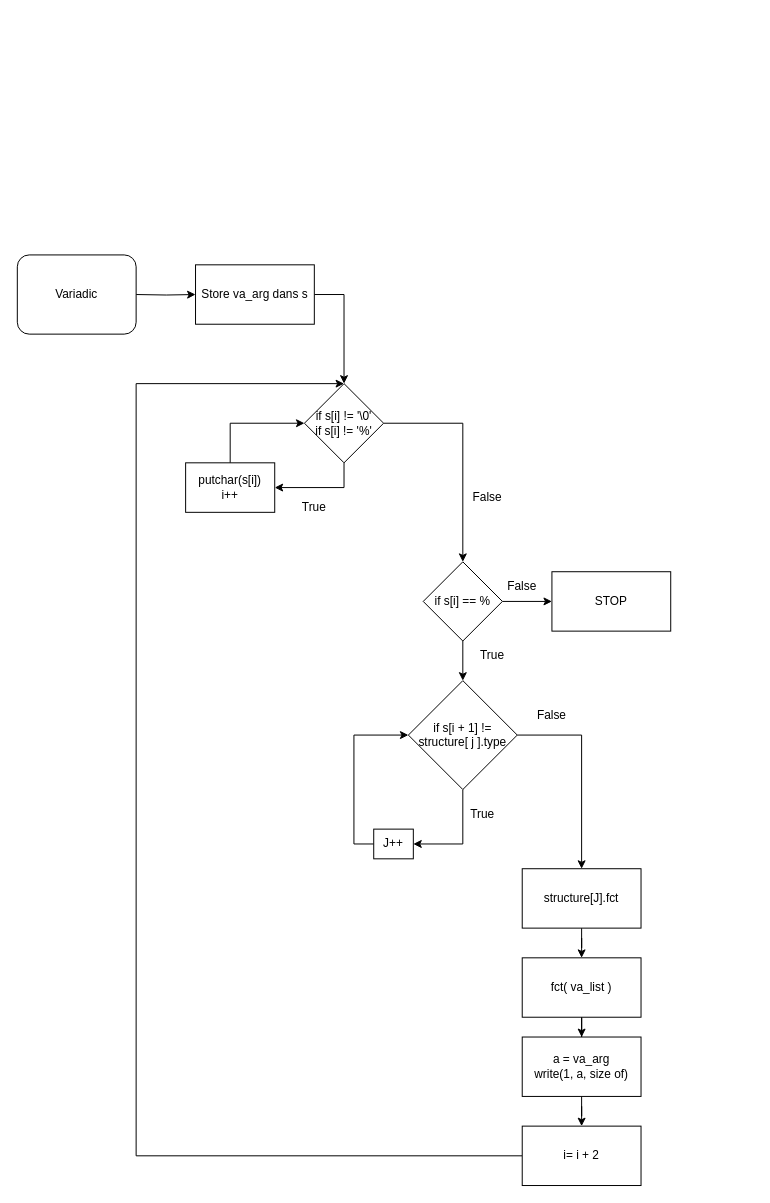
The draw.io diagram Flowchart Printf.drawio in Tulkiidra/holbertonschool-printf, before the edit. Source tidied: cells renumbered, new cells numbered last; positions are measured from the earlier drawing's top-left corner, leaving out a move shared by most shapes. Both pictures are drawn from the tidied source at 99%, with x=0, y=0 at pixel (17, 254).
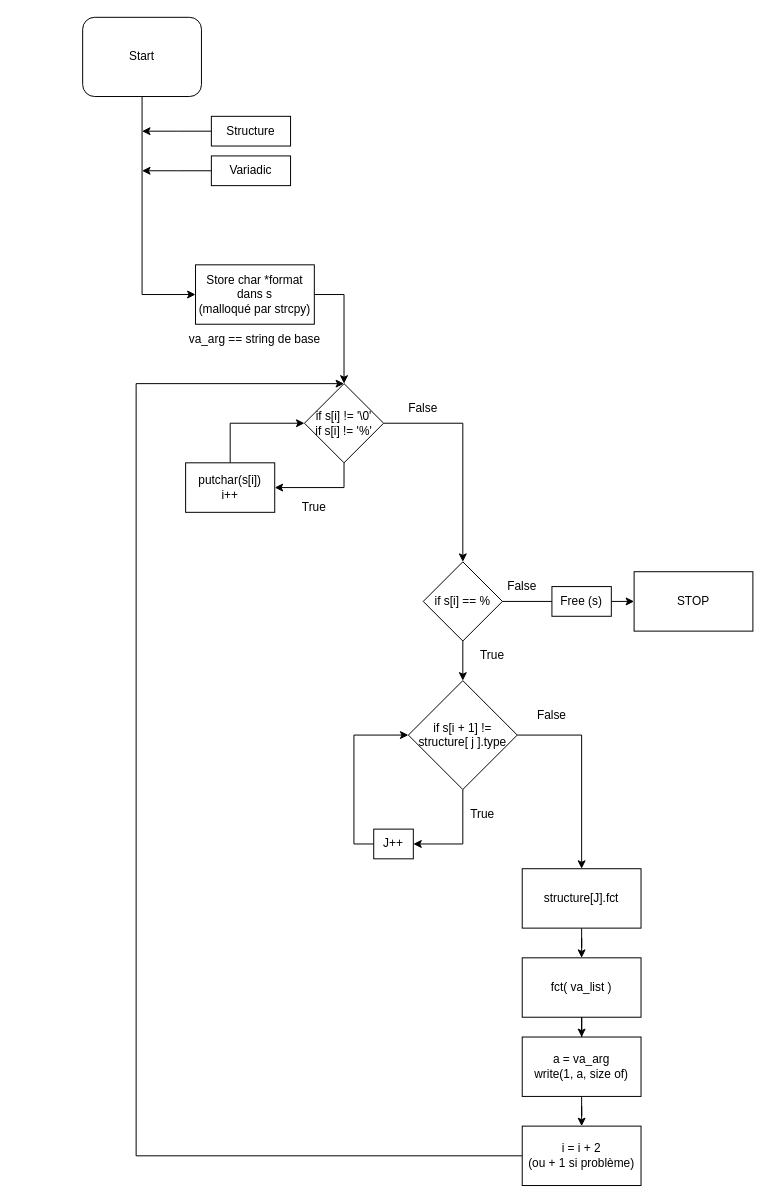
After the change.

Commit message (it also covers changes not shown here):
Mettre à jour Flowchart Printf.drawio

Unchanged cells that the change refers to:
```xml
<mxCell id="12" value="if s[i] == %" style="rhombus;whiteSpace=wrap;html=1;" parent="1" vertex="1">
  <mxGeometry x="410" y="310" width="80" height="80" as="geometry" />
</mxCell>
```

Diff of the diagram source:
```diff
@@
-    <mxCell id="2" style="edgeStyle=orthogonalEdgeStyle;rounded=0;jettySize=auto;html=1;exitX=1;exitY=0.5;exitDx=0;exitDy=0;entryX=0;entryY=0.5;entryDx=0;entryDy=0;" parent="1" edge="1" target="22">
-      <mxGeometry relative="1" as="geometry">
-        <mxPoint x="120" y="40" as="sourcePoint" />
-      </mxGeometry>
+    <mxCell id="2" style="edgeStyle=orthogonalEdgeStyle;rounded=0;jettySize=auto;html=1;exitX=0.5;exitY=1;exitDx=0;exitDy=0;entryX=0;entryY=0.5;entryDx=0;entryDy=0;" parent="1" edge="1" source="3" target="22">
+      <mxGeometry relative="1" as="geometry" />
     </mxCell>
-    <mxCell id="3" value="Variadic" style="rounded=1;whiteSpace=wrap;html=1;fontFamily=Helvetica;fontSize=12;fontColor=default;align=center;strokeColor=default;fillColor=default;" parent="1" vertex="1">
-      <mxGeometry width="120" height="80" as="geometry" />
+    <mxCell id="3" value="Start" style="rounded=1;whiteSpace=wrap;html=1;fontFamily=Helvetica;fontSize=12;fontColor=default;align=center;strokeColor=default;fillColor=default;" parent="1" vertex="1">
+      <mxGeometry x="66" y="-240" width="120" height="80" as="geometry" />
     </mxCell>
@@
-    <mxCell id="10" style="edgeStyle=orthogonalEdgeStyle;rounded=0;jettySize=auto;html=1;exitX=1;exitY=0.5;exitDx=0;exitDy=0;entryX=0;entryY=0.5;entryDx=0;entryDy=0;" parent="1" edge="1" source="12" target="13">
+    <mxCell id="10" style="edgeStyle=orthogonalEdgeStyle;rounded=0;jettySize=auto;html=1;exitX=1;exitY=0.5;exitDx=0;exitDy=0;entryX=0;entryY=0.5;entryDx=0;entryDy=0;startArrow=none;" parent="1" edge="1" source="40" target="13">
       <mxGeometry relative="1" as="geometry" />
     </mxCell>
@@
     <mxCell id="13" value="STOP" style="rounded=0;whiteSpace=wrap;html=1;" parent="1" vertex="1">
-      <mxGeometry x="540" y="320" width="120" height="60" as="geometry" />
+      <mxGeometry x="623" y="320" width="120" height="60" as="geometry" />
     </mxCell>
@@
-    <mxCell id="22" value="Store va_arg dans s" style="rounded=0;whiteSpace=wrap;html=1;" parent="1" vertex="1">
+    <mxCell id="22" value="Store char *format dans s&lt;br&gt;(malloqué par strcpy)" style="rounded=0;whiteSpace=wrap;html=1;" parent="1" vertex="1">
       <mxGeometry x="180" y="10" width="120" height="60" as="geometry" />
     </mxCell>
@@
-    <mxCell id="28" value="i= i + 2" style="rounded=0;whiteSpace=wrap;html=1;" parent="1" vertex="1">
+    <mxCell id="28" value="i = i + 2&lt;br&gt;(ou + 1 si problème)" style="rounded=0;whiteSpace=wrap;html=1;" parent="1" vertex="1">
       <mxGeometry x="510" y="880" width="120" height="60" as="geometry" />
     </mxCell>
     <mxCell id="29" value="False" style="text;html=1;strokeColor=none;fillColor=none;align=center;verticalAlign=middle;whiteSpace=wrap;rounded=0;" parent="1" vertex="1">
-      <mxGeometry x="445" y="230" width="60" height="30" as="geometry" />
+      <mxGeometry x="380" y="140" width="60" height="30" as="geometry" />
     </mxCell>
@@
+    <mxCell id="35" style="edgeStyle=orthogonalEdgeStyle;rounded=0;jettySize=auto;html=1;exitX=0;exitY=0.5;exitDx=0;exitDy=0;" parent="1" edge="1" source="36">
+      <mxGeometry relative="1" as="geometry">
+        <mxPoint x="126" y="-125" as="targetPoint" />
+      </mxGeometry>
+    </mxCell>
+    <mxCell id="36" value="Structure" style="rounded=0;whiteSpace=wrap;html=1;" parent="1" vertex="1">
+      <mxGeometry x="196" y="-140" width="80" height="30" as="geometry" />
+    </mxCell>
+    <mxCell id="37" style="edgeStyle=orthogonalEdgeStyle;rounded=0;jettySize=auto;html=1;" parent="1" edge="1" source="38">
+      <mxGeometry relative="1" as="geometry">
+        <mxPoint x="126" y="-85" as="targetPoint" />
+      </mxGeometry>
+    </mxCell>
+    <mxCell id="38" value="Variadic" style="rounded=0;whiteSpace=wrap;html=1;" parent="1" vertex="1">
+      <mxGeometry x="196" y="-100" width="80" height="30" as="geometry" />
+    </mxCell>
+    <mxCell id="39" value="va_arg == string de base" style="text;html=1;strokeColor=none;fillColor=none;align=center;verticalAlign=middle;whiteSpace=wrap;rounded=0;" parent="1" vertex="1">
+      <mxGeometry x="165" y="70" width="150" height="30" as="geometry" />
+    </mxCell>
+    <mxCell id="40" value="Free (s)" style="rounded=0;whiteSpace=wrap;html=1;" parent="1" vertex="1">
+      <mxGeometry x="540" y="335" width="60" height="30" as="geometry" />
+    </mxCell>
+    <mxCell id="41" style="edgeStyle=orthogonalEdgeStyle;rounded=0;jettySize=auto;html=1;exitX=1;exitY=0.5;exitDx=0;exitDy=0;entryX=0;entryY=0.5;entryDx=0;entryDy=0;endArrow=none;" parent="1" edge="1" source="12" target="40">
+      <mxGeometry relative="1" as="geometry" />
+    </mxCell>
```
